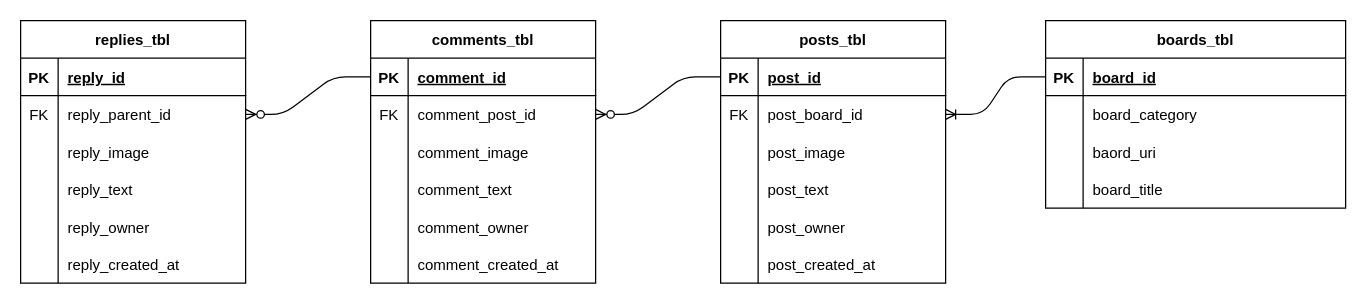
Before: miscellaneous/database/er-model/zooei.drawio in castroitalo/zooei, a draw.io diagram. Source tidied: cells renumbered, new cells numbered last; positions are measured from the earlier drawing's top-left corner, leaving out a move shared by most shapes. Both pictures are drawn from the tidied source at 125%, with x=0, y=0 at pixel (20, 20).
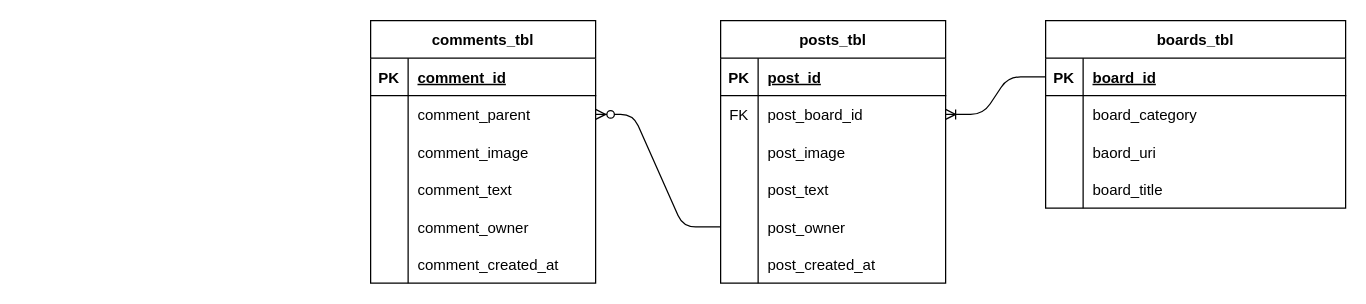
The same diagram, later.

Commit message (it also covers changes not shown here):
base post page done

Unchanged cells that the change refers to:
```xml
<mxCell id="16" style="shape=tableRow;horizontal=0;startSize=0;swimlaneHead=0;swimlaneBody=0;fillColor=none;points=[[0,0.5],[1,0.5]];portConstraint=eastwest;top=0;left=0;right=0;bottom=1;" parent="15" vertex="1">
  <mxGeometry y="30" width="180" height="30" as="geometry" />
</mxCell>
<mxCell id="28" style="shape=tableRow;horizontal=0;startSize=0;swimlaneHead=0;swimlaneBody=0;fillColor=none;points=[[0,0.5],[1,0.5]];portConstraint=eastwest;top=0;left=0;right=0;bottom=0;" parent="15" vertex="1">
  <mxGeometry y="150" width="180" height="30" as="geometry" />
</mxCell>
<mxCell id="36" style="shape=tableRow;horizontal=0;startSize=0;swimlaneHead=0;swimlaneBody=0;fillColor=none;points=[[0,0.5],[1,0.5]];portConstraint=eastwest;top=0;left=0;right=0;bottom=1;" parent="35" vertex="1">
  <mxGeometry y="30" width="180" height="30" as="geometry" />
</mxCell>
<mxCell id="39" style="shape=tableRow;horizontal=0;startSize=0;swimlaneHead=0;swimlaneBody=0;fillColor=none;points=[[0,0.5],[1,0.5]];portConstraint=eastwest;top=0;left=0;right=0;bottom=0;" parent="35" vertex="1">
  <mxGeometry y="60" width="180" height="30" as="geometry" />
</mxCell>
```

What changed in the source:
```diff
@@
-    <mxCell id="40" value="FK" style="shape=partialRectangle;fillColor=none;top=0;left=0;bottom=0;right=0;overflow=hidden;" parent="39" vertex="1">
+    <mxCell id="40" style="shape=partialRectangle;fillColor=none;top=0;left=0;bottom=0;right=0;overflow=hidden;" parent="39" vertex="1">
       <mxGeometry width="30" height="30" as="geometry" />
     </mxCell>
-    <mxCell id="41" value="comment_post_id" style="shape=partialRectangle;fillColor=none;top=0;left=0;bottom=0;right=0;align=left;spacingLeft=6;overflow=hidden;" parent="39" vertex="1">
+    <mxCell id="41" value="comment_parent" style="shape=partialRectangle;fillColor=none;top=0;left=0;bottom=0;right=0;align=left;spacingLeft=6;overflow=hidden;" parent="39" vertex="1">
       <mxGeometry x="30" width="150" height="30" as="geometry" />
     </mxCell>
@@
-    <mxCell id="54" style="edgeStyle=entityRelationEdgeStyle;fontSize=12;html=1;endArrow=ERzeroToMany;endFill=1;" parent="1" edge="1" source="16" target="39">
-      <mxGeometry relative="1" as="geometry" />
-    </mxCell>
-    <mxCell id="55" value="replies_tbl" style="shape=table;startSize=30;childLayout=tableLayout;rowLines=0;fontStyle=1;align=center;" parent="1" vertex="1">
-      <mxGeometry width="180" height="210" as="geometry" />
-    </mxCell>
-    <mxCell id="56" style="shape=tableRow;horizontal=0;startSize=0;swimlaneHead=0;swimlaneBody=0;fillColor=none;top=0;left=0;right=0;bottom=1;" parent="55" vertex="1">
-      <mxGeometry y="30" width="180" height="30" as="geometry" />
-    </mxCell>
-    <mxCell id="57" value="PK" style="shape=partialRectangle;fillColor=none;top=0;left=0;bottom=0;right=0;fontStyle=1;overflow=hidden;" parent="56" vertex="1">
-      <mxGeometry width="30" height="30" as="geometry" />
-    </mxCell>
-    <mxCell id="58" value="reply_id" style="shape=partialRectangle;fillColor=none;top=0;left=0;bottom=0;right=0;align=left;spacingLeft=6;fontStyle=5;overflow=hidden;" parent="56" vertex="1">
-      <mxGeometry x="30" width="150" height="30" as="geometry" />
-    </mxCell>
-    <mxCell id="59" style="shape=tableRow;horizontal=0;startSize=0;swimlaneHead=0;swimlaneBody=0;fillColor=none;points=[[0,0.5],[1,0.5]];portConstraint=eastwest;top=0;left=0;right=0;bottom=0;" parent="55" vertex="1">
-      <mxGeometry y="60" width="180" height="30" as="geometry" />
-    </mxCell>
-    <mxCell id="60" value="FK" style="shape=partialRectangle;fillColor=none;top=0;left=0;bottom=0;right=0;overflow=hidden;" parent="59" vertex="1">
-      <mxGeometry width="30" height="30" as="geometry" />
-    </mxCell>
-    <mxCell id="61" value="reply_parent_id" style="shape=partialRectangle;fillColor=none;top=0;left=0;bottom=0;right=0;align=left;spacingLeft=6;overflow=hidden;" parent="59" vertex="1">
-      <mxGeometry x="30" width="150" height="30" as="geometry" />
-    </mxCell>
-    <mxCell id="62" style="shape=tableRow;horizontal=0;startSize=0;swimlaneHead=0;swimlaneBody=0;fillColor=none;top=0;left=0;right=0;bottom=0;" parent="55" vertex="1">
-      <mxGeometry y="90" width="180" height="30" as="geometry" />
-    </mxCell>
-    <mxCell id="63" style="shape=partialRectangle;fillColor=none;top=0;left=0;bottom=0;right=0;overflow=hidden;" parent="62" vertex="1">
-      <mxGeometry width="30" height="30" as="geometry" />
-    </mxCell>
-    <mxCell id="64" value="reply_image" style="shape=partialRectangle;fillColor=none;top=0;left=0;bottom=0;right=0;align=left;spacingLeft=6;overflow=hidden;" parent="62" vertex="1">
-      <mxGeometry x="30" width="150" height="30" as="geometry" />
-    </mxCell>
-    <mxCell id="65" style="shape=tableRow;horizontal=0;startSize=0;swimlaneHead=0;swimlaneBody=0;fillColor=none;top=0;left=0;right=0;bottom=0;" parent="55" vertex="1">
-      <mxGeometry y="120" width="180" height="30" as="geometry" />
-    </mxCell>
-    <mxCell id="66" style="shape=partialRectangle;fillColor=none;top=0;left=0;bottom=0;right=0;overflow=hidden;" parent="65" vertex="1">
-      <mxGeometry width="30" height="30" as="geometry" />
-    </mxCell>
-    <mxCell id="67" value="reply_text" style="shape=partialRectangle;fillColor=none;top=0;left=0;bottom=0;right=0;align=left;spacingLeft=6;overflow=hidden;" parent="65" vertex="1">
-      <mxGeometry x="30" width="150" height="30" as="geometry" />
-    </mxCell>
-    <mxCell id="68" style="shape=tableRow;horizontal=0;startSize=0;swimlaneHead=0;swimlaneBody=0;fillColor=none;top=0;left=0;right=0;bottom=0;" parent="55" vertex="1">
-      <mxGeometry y="150" width="180" height="30" as="geometry" />
-    </mxCell>
-    <mxCell id="69" style="shape=partialRectangle;fillColor=none;top=0;left=0;bottom=0;right=0;overflow=hidden;" parent="68" vertex="1">
-      <mxGeometry width="30" height="30" as="geometry" />
-    </mxCell>
-    <mxCell id="70" value="reply_owner" style="shape=partialRectangle;fillColor=none;top=0;left=0;bottom=0;right=0;align=left;spacingLeft=6;overflow=hidden;" parent="68" vertex="1">
-      <mxGeometry x="30" width="150" height="30" as="geometry" />
-    </mxCell>
-    <mxCell id="71" style="shape=tableRow;horizontal=0;startSize=0;swimlaneHead=0;swimlaneBody=0;fillColor=none;top=0;left=0;right=0;bottom=0;" parent="55" vertex="1">
-      <mxGeometry y="180" width="180" height="30" as="geometry" />
-    </mxCell>
-    <mxCell id="72" style="shape=partialRectangle;fillColor=none;top=0;left=0;bottom=0;right=0;overflow=hidden;" parent="71" vertex="1">
-      <mxGeometry width="30" height="30" as="geometry" />
-    </mxCell>
-    <mxCell id="73" value="reply_created_at" style="shape=partialRectangle;fillColor=none;top=0;left=0;bottom=0;right=0;align=left;spacingLeft=6;overflow=hidden;" parent="71" vertex="1">
-      <mxGeometry x="30" width="150" height="30" as="geometry" />
-    </mxCell>
-    <mxCell id="74" style="edgeStyle=entityRelationEdgeStyle;fontSize=12;html=1;endArrow=ERzeroToMany;endFill=1;" parent="1" edge="1" source="36" target="59">
-      <mxGeometry relative="1" as="geometry" />
-    </mxCell>
+    <mxCell id="75" style="edgeStyle=entityRelationEdgeStyle;fontSize=12;html=1;endArrow=ERzeroToMany;endFill=1;" parent="1" edge="1" source="28" target="39">
+      <mxGeometry relative="1" as="geometry" />
+    </mxCell>
```
